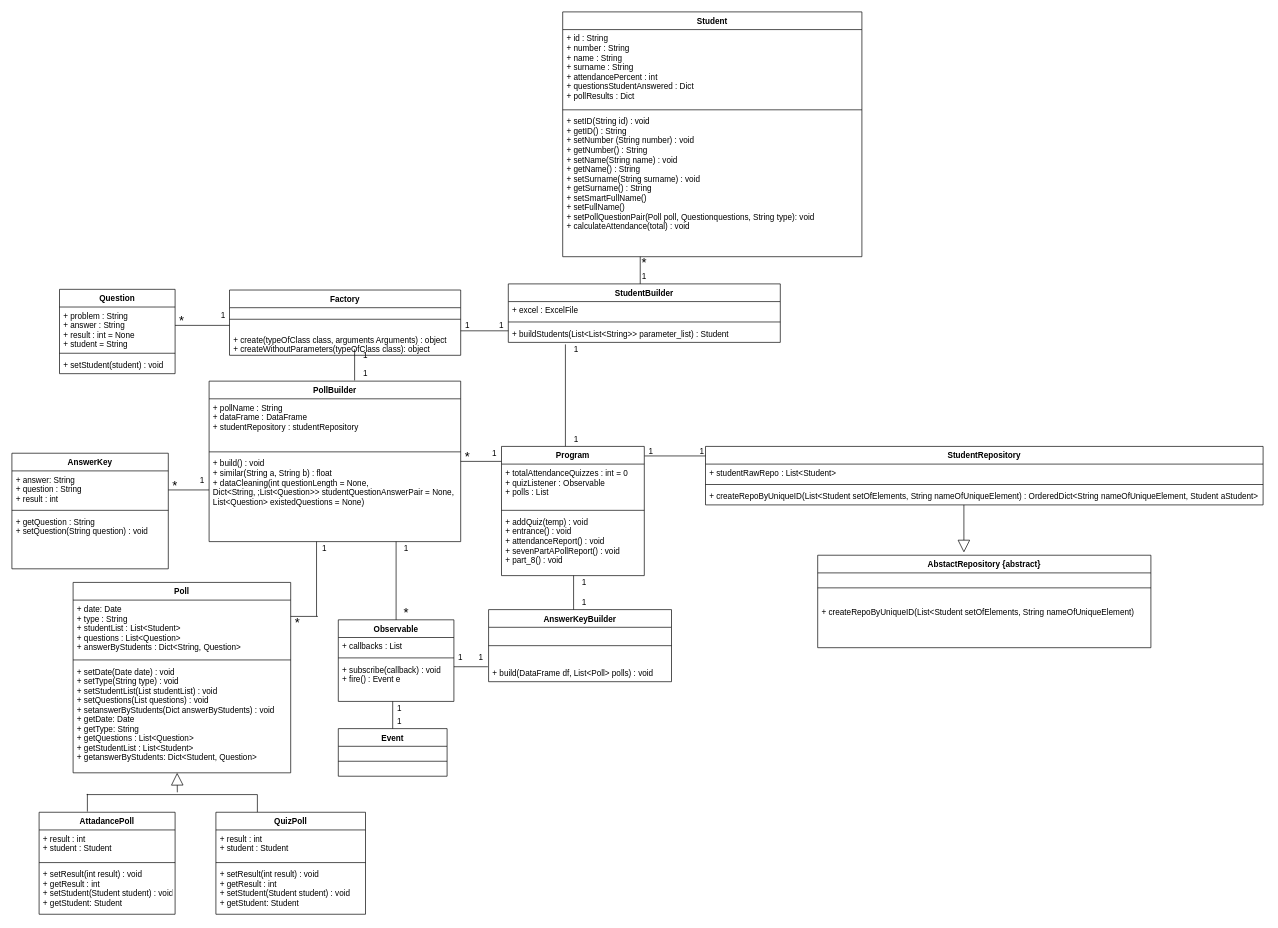
alperdokay/CSE3063F20P1_GRP20 keeps this draw.io diagram as PythonProject/iteration1/DCD.drawio. Above is the earlier version. Source tidied: cells renumbered, new cells numbered last; positions are measured from the earlier drawing's top-left corner, leaving out a move shared by most shapes. Both pictures are drawn from the tidied source at 68%, with x=0, y=0 at pixel (12, 12).
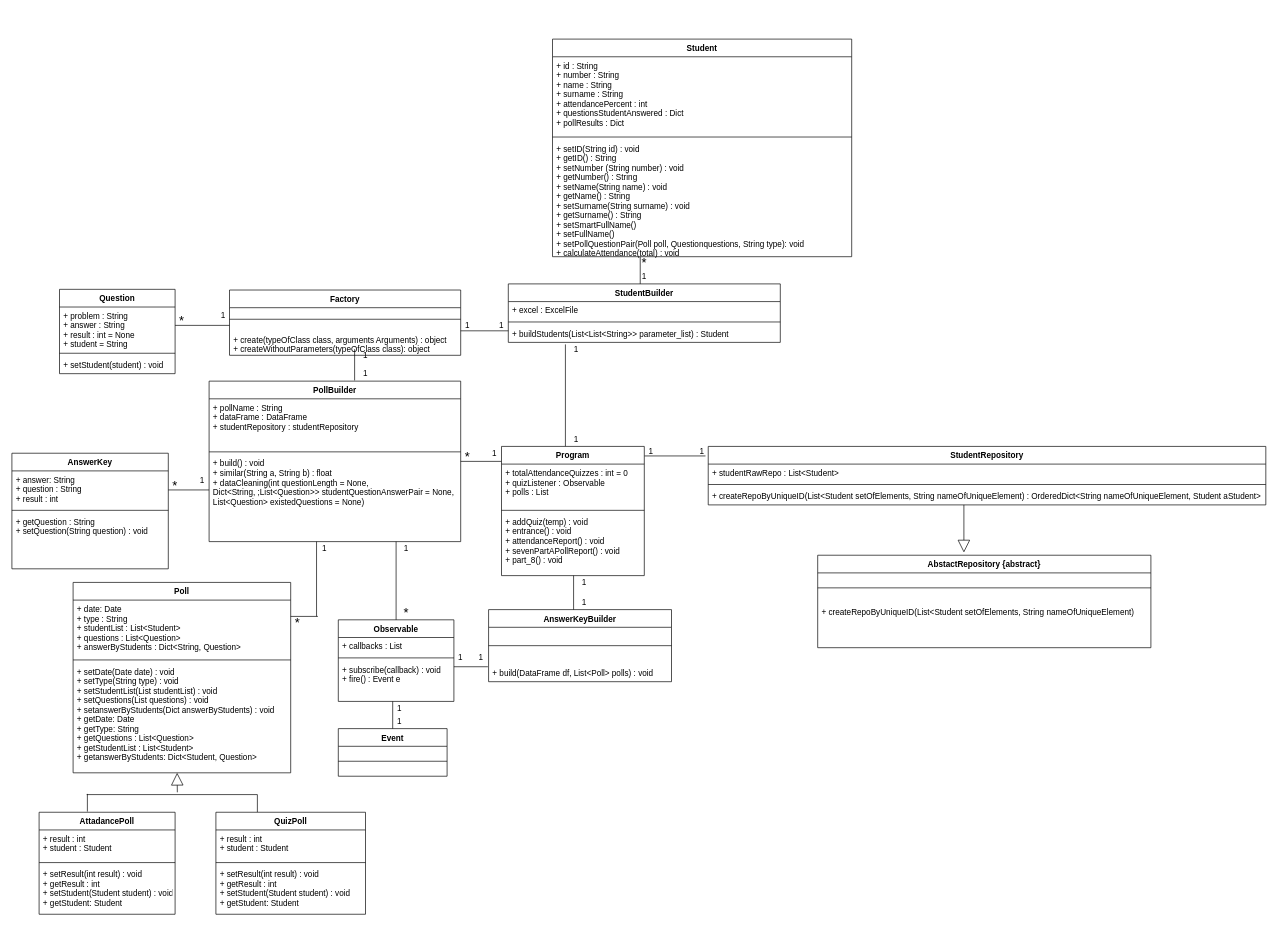
The same diagram, later.

Commit message:
Slight changes on DCD

The edit, as a diff of the source:
```diff
@@
     <mxCell id="17" value="Student" style="swimlane;fontStyle=1;align=center;verticalAlign=top;horizontal=1;startSize=26;" parent="1" vertex="1">
-      <mxGeometry x="810" width="440" height="360" as="geometry" />
+      <mxGeometry x="795" y="40" width="440" height="320" as="geometry" />
     </mxCell>
@@
-    <mxCell id="20" value="+ setID(String id) : void&#10;+ getID() : String&#10;+ setNumber (String number) : void&#10;+ getNumber() : String&#10;+ setName(String name) : void&#10;+ getName() : String&#10;+ setSurname(String surname) : void&#10;+ getSurname() : String&#10;+ setSmartFullName()&#10;+ setFullName()&#10;+ setPollQuestionPair(Poll poll, Questionquestions, String type): void&#10;+ calculateAttendance(total) : void&#10;  " style="text;strokeColor=none;fillColor=none;align=left;verticalAlign=top;spacingLeft=4;spacingRight=4;overflow=hidden;" parent="17" vertex="1">
-      <mxGeometry y="148" width="440" height="212" as="geometry" />
+    <mxCell id="20" value="+ setID(String id) : void&#10;+ getID() : String&#10;+ setNumber (String number) : void&#10;+ getNumber() : String&#10;+ setName(String name) : void&#10;+ getName() : String&#10;+ setSurname(String surname) : void&#10;+ getSurname() : String&#10;+ setSmartFullName()&#10;+ setFullName()&#10;+ setPollQuestionPair(Poll poll, Questionquestions, String type): void&#10;+ calculateAttendance(total) : void" style="text;strokeColor=none;fillColor=none;align=left;verticalAlign=top;spacingLeft=4;spacingRight=4;overflow=hidden;" parent="17" vertex="1">
+      <mxGeometry y="148" width="440" height="172" as="geometry" />
     </mxCell>
     <mxCell id="21" value="StudentRepository" style="swimlane;fontStyle=1;align=center;verticalAlign=top;horizontal=1;startSize=26;" parent="1" vertex="1">
-      <mxGeometry x="1020" y="639" width="820" height="86" as="geometry" />
+      <mxGeometry x="1024" y="639" width="820" height="86" as="geometry" />
     </mxCell>
```
